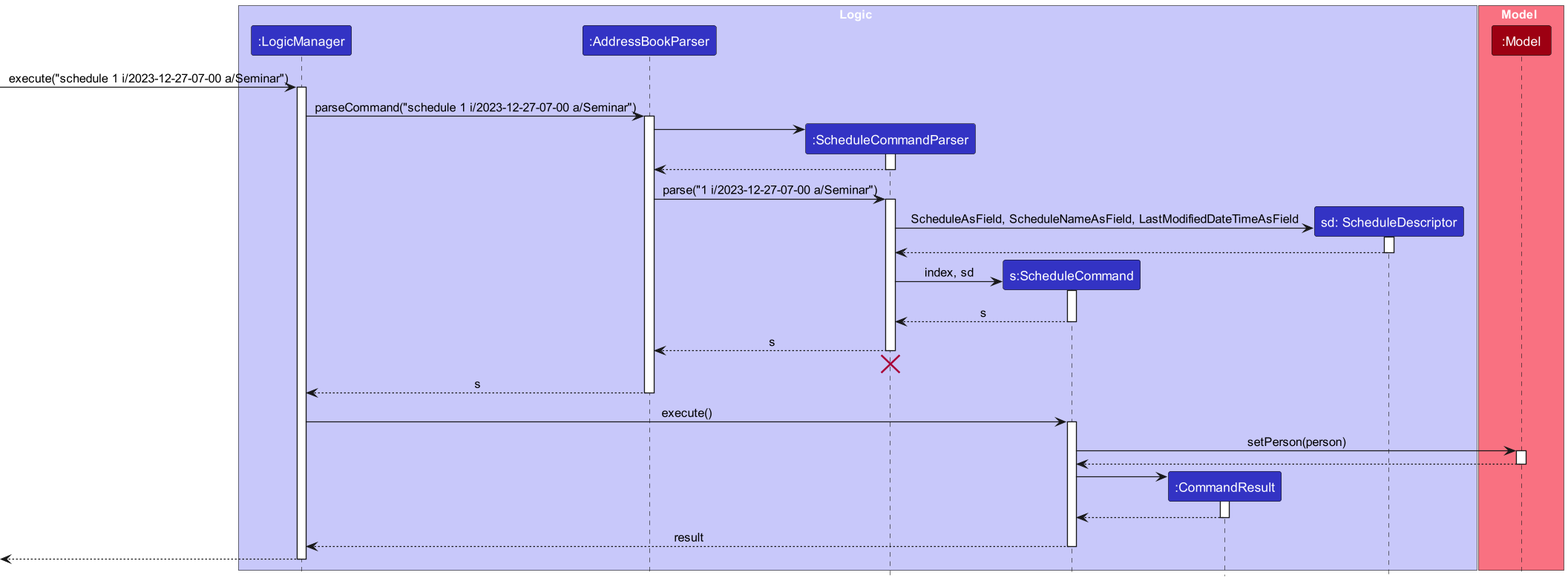
This is docs/images/ScheduleSequenceDiagram.png from xavierpok/tp, a PlantUML export, as it was before one commit. Its source is kept beside it as docs/diagrams/ScheduleSequenceDiagram.puml. Source of this version:
```plantuml
@startuml

@startuml
!include style.puml
skinparam ArrowFontStyle plain

box Logic LOGIC_COLOR_T1
participant ":LogicManager" as LogicManager LOGIC_COLOR
participant ":AddressBookParser" as AddressBookParser LOGIC_COLOR
participant ":ScheduleCommandParser" as ScheduleCommandParser LOGIC_COLOR
participant "s:ScheduleCommand" as ScheduleCommand LOGIC_COLOR

participant ":CommandResult" as CommandResult LOGIC_COLOR
participant "sd: ScheduleDescriptor" as Person LOGIC_COLOR
end box

box Model MODEL_COLOR_T1
participant ":Model" as Model MODEL_COLOR
end box

[-> LogicManager : execute("schedule 1 i/2023-12-27-07-00 a/Seminar")
activate LogicManager


LogicManager -> AddressBookParser : parseCommand("schedule 1 i/2023-12-27-07-00 a/Seminar")
activate AddressBookParser

create ScheduleCommandParser
AddressBookParser -> ScheduleCommandParser
activate ScheduleCommandParser

ScheduleCommandParser --> AddressBookParser
deactivate ScheduleCommandParser

AddressBookParser -> ScheduleCommandParser : parse("1 i/2023-12-27-07-00 a/Seminar")
activate ScheduleCommandParser



create Person
ScheduleCommandParser -> Person : ScheduleAsField, ScheduleNameAsField, LastModifiedDateTimeAsField
activate Person
Person --> ScheduleCommandParser
deactivate Person

create ScheduleCommand
ScheduleCommandParser -> ScheduleCommand : index, sd
activate ScheduleCommand

ScheduleCommand --> ScheduleCommandParser : s
deactivate ScheduleCommand

ScheduleCommandParser --> AddressBookParser : s
deactivate ScheduleCommandParser
ScheduleCommandParser -[hidden]-> AddressBookParser
destroy ScheduleCommandParser

AddressBookParser --> LogicManager : s
deactivate AddressBookParser

LogicManager -> ScheduleCommand : execute()
activate ScheduleCommand

ScheduleCommand -> Model : setPerson(person)
activate Model



Model --> ScheduleCommand
deactivate Model

create CommandResult
ScheduleCommand -> CommandResult
activate CommandResult

CommandResult --> ScheduleCommand
deactivate CommandResult

ScheduleCommand --> LogicManager : result
deactivate ScheduleCommand

[<--LogicManager
deactivate LogicManager

@enduml
```
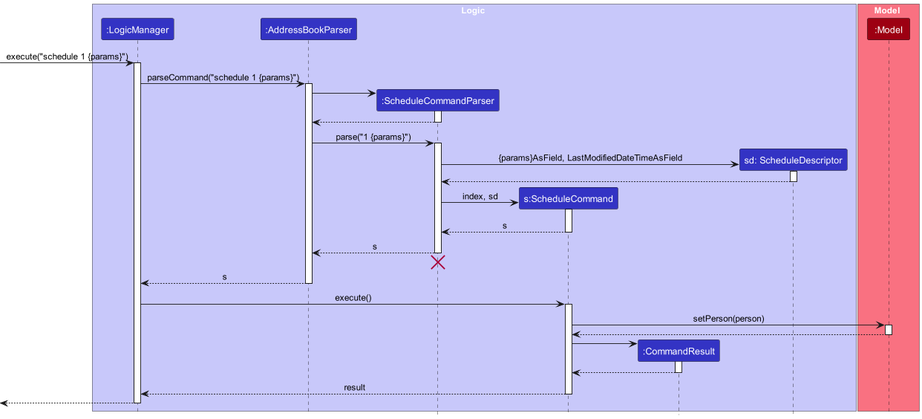
Above is the later version.

Diff of the diagram source:
```diff
@@ -18,11 +18,11 @@
 participant ":Model" as Model MODEL_COLOR
 end box
 
-[-> LogicManager : execute("schedule 1 i/2023-12-27-07-00 a/Seminar")
+[-> LogicManager : execute("schedule 1 {params}")
 activate LogicManager
 
 
-LogicManager -> AddressBookParser : parseCommand("schedule 1 i/2023-12-27-07-00 a/Seminar")
+LogicManager -> AddressBookParser : parseCommand("schedule 1 {params}")
 activate AddressBookParser
 
 create ScheduleCommandParser
@@ -32,13 +32,13 @@
 ScheduleCommandParser --> AddressBookParser
 deactivate ScheduleCommandParser
 
-AddressBookParser -> ScheduleCommandParser : parse("1 i/2023-12-27-07-00 a/Seminar")
+AddressBookParser -> ScheduleCommandParser : parse("1 {params}")
 activate ScheduleCommandParser
 
 
 
 create Person
-ScheduleCommandParser -> Person : ScheduleAsField, ScheduleNameAsField, LastModifiedDateTimeAsField
+ScheduleCommandParser -> Person : {params}AsField, LastModifiedDateTimeAsField
 activate Person
 Person --> ScheduleCommandParser
 deactivate Person
```
